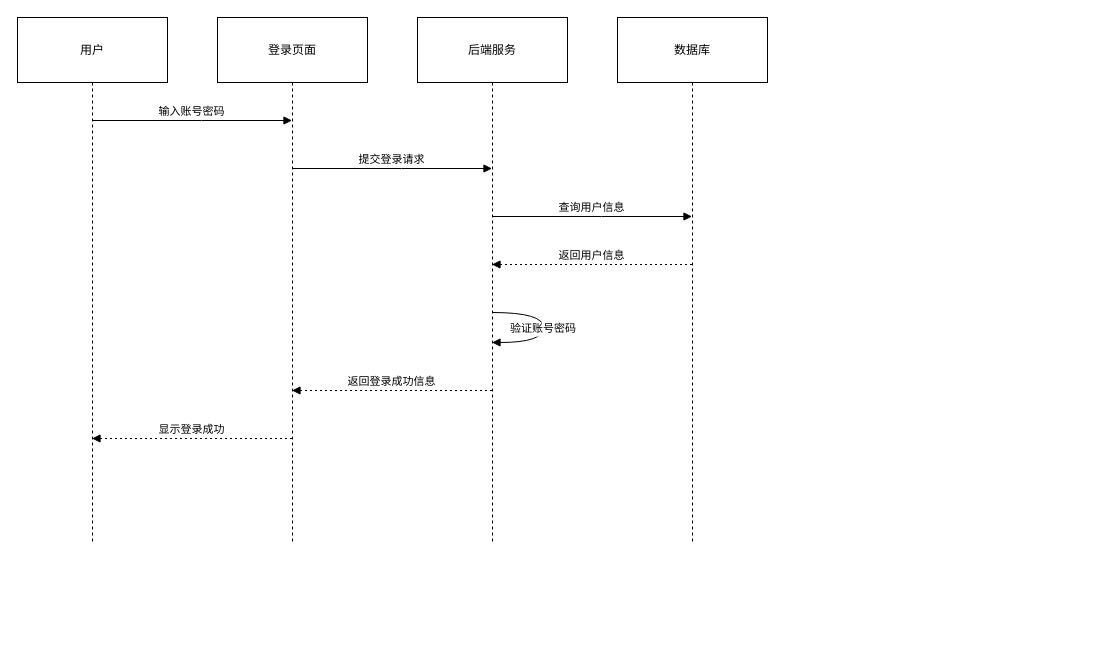
Above: draw.io/时序图:用户登录系统.drawio in lijc210/app_storage (draw.io), before the change. Source tidied: cells renumbered, new cells numbered last; positions are measured from the earlier drawing's top-left corner, leaving out a move shared by most shapes. Both pictures are drawn from the tidied source at 100%, with x=0, y=0 at pixel (17, 17).
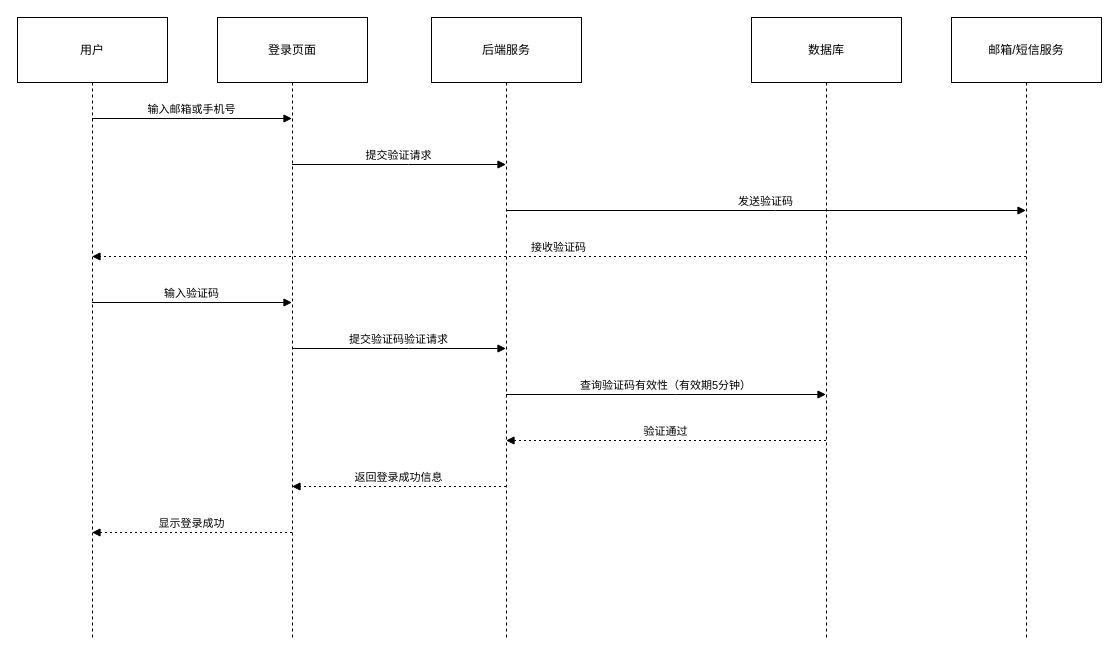
The same page after the edit.

Commit message:
更新时序图:用户登录系统.drawio

Change to the diagram source:
```diff
@@
     <mxCell id="2" value="用户" style="shape=umlLifeline;perimeter=lifelinePerimeter;whiteSpace=wrap;outlineConnect=0;portConstraint=eastwest;newEdgeStyle={&quot;edgeStyle&quot;:&quot;elbowEdgeStyle&quot;,&quot;elbow&quot;:&quot;vertical&quot;,&quot;curved&quot;:0,&quot;rounded&quot;:0};size=65;" parent="1" vertex="1">
-      <mxGeometry width="150" height="526" as="geometry" />
+      <mxGeometry width="150" height="620" as="geometry" />
     </mxCell>
     <mxCell id="3" value="登录页面" style="shape=umlLifeline;perimeter=lifelinePerimeter;whiteSpace=wrap;outlineConnect=0;portConstraint=eastwest;newEdgeStyle={&quot;edgeStyle&quot;:&quot;elbowEdgeStyle&quot;,&quot;elbow&quot;:&quot;vertical&quot;,&quot;curved&quot;:0,&quot;rounded&quot;:0};size=65;" parent="1" vertex="1">
-      <mxGeometry x="200" width="150" height="526" as="geometry" />
+      <mxGeometry x="200" width="150" height="620" as="geometry" />
     </mxCell>
     <mxCell id="4" value="后端服务" style="shape=umlLifeline;perimeter=lifelinePerimeter;whiteSpace=wrap;outlineConnect=0;portConstraint=eastwest;newEdgeStyle={&quot;edgeStyle&quot;:&quot;elbowEdgeStyle&quot;,&quot;elbow&quot;:&quot;vertical&quot;,&quot;curved&quot;:0,&quot;rounded&quot;:0};size=65;" parent="1" vertex="1">
-      <mxGeometry x="400" width="150" height="526" as="geometry" />
+      <mxGeometry x="414" width="150" height="620" as="geometry" />
     </mxCell>
     <mxCell id="5" value="数据库" style="shape=umlLifeline;perimeter=lifelinePerimeter;whiteSpace=wrap;outlineConnect=0;portConstraint=eastwest;newEdgeStyle={&quot;edgeStyle&quot;:&quot;elbowEdgeStyle&quot;,&quot;elbow&quot;:&quot;vertical&quot;,&quot;curved&quot;:0,&quot;rounded&quot;:0};size=65;" parent="1" vertex="1">
-      <mxGeometry x="600" width="150" height="526" as="geometry" />
+      <mxGeometry x="734" width="150" height="620" as="geometry" />
     </mxCell>
-    <mxCell id="6" value="输入账号密码" style="verticalAlign=bottom;edgeStyle=elbowEdgeStyle;elbow=vertical;curved=0;rounded=0;endArrow=block;" parent="1" edge="1" source="2" target="3">
-      <mxGeometry relative="1" as="geometry">
-        <Array as="points">
-          <mxPoint x="184" y="103" />
-        </Array>
-      </mxGeometry>
-    </mxCell>
-    <mxCell id="7" value="提交登录请求" style="verticalAlign=bottom;edgeStyle=elbowEdgeStyle;elbow=vertical;curved=0;rounded=0;endArrow=block;" parent="1" edge="1" source="3" target="4">
-      <mxGeometry relative="1" as="geometry">
-        <Array as="points">
-          <mxPoint x="384" y="151" />
-        </Array>
-      </mxGeometry>
-    </mxCell>
+    <mxCell id="13" value="邮箱/短信服务" style="shape=umlLifeline;perimeter=lifelinePerimeter;whiteSpace=wrap;outlineConnect=0;portConstraint=eastwest;newEdgeStyle={&quot;edgeStyle&quot;:&quot;elbowEdgeStyle&quot;,&quot;elbow&quot;:&quot;vertical&quot;,&quot;curved&quot;:0,&quot;rounded&quot;:0};size=65;" parent="1" vertex="1">
+      <mxGeometry x="934" width="150" height="620" as="geometry" />
+    </mxCell>
+    <mxCell id="14" value="输入邮箱或手机号" style="verticalAlign=bottom;edgeStyle=elbowEdgeStyle;elbow=vertical;curved=0;rounded=0;endArrow=block;" parent="1" edge="1" source="2" target="3">
+      <mxGeometry relative="1" as="geometry">
+        <Array as="points">
+          <mxPoint x="184" y="101" />
+        </Array>
+      </mxGeometry>
+    </mxCell>
+    <mxCell id="15" value="提交验证请求" style="verticalAlign=bottom;edgeStyle=elbowEdgeStyle;elbow=vertical;curved=0;rounded=0;endArrow=block;" parent="1" edge="1" source="3" target="4">
+      <mxGeometry relative="1" as="geometry">
+        <Array as="points">
+          <mxPoint x="391" y="147" />
+        </Array>
+      </mxGeometry>
+    </mxCell>
+    <mxCell id="16" value="发送验证码" style="verticalAlign=bottom;edgeStyle=elbowEdgeStyle;elbow=vertical;curved=0;rounded=0;endArrow=block;" parent="1" edge="1" source="4" target="13">
+      <mxGeometry relative="1" as="geometry">
+        <Array as="points">
+          <mxPoint x="758" y="193" />
+        </Array>
+      </mxGeometry>
+    </mxCell>
+    <mxCell id="17" value="接收验证码" style="verticalAlign=bottom;edgeStyle=elbowEdgeStyle;elbow=vertical;curved=0;rounded=0;dashed=1;dashPattern=2 3;endArrow=block;" parent="1" edge="1" source="13" target="2">
+      <mxGeometry relative="1" as="geometry">
+        <Array as="points">
+          <mxPoint x="554" y="239" />
+        </Array>
+      </mxGeometry>
+    </mxCell>
+    <mxCell id="18" value="输入验证码" style="verticalAlign=bottom;edgeStyle=elbowEdgeStyle;elbow=vertical;curved=0;rounded=0;endArrow=block;" parent="1" edge="1" source="2" target="3">
+      <mxGeometry relative="1" as="geometry">
+        <Array as="points">
+          <mxPoint x="184" y="285" />
+        </Array>
+      </mxGeometry>
+    </mxCell>
+    <mxCell id="19" value="提交验证码验证请求" style="verticalAlign=bottom;edgeStyle=elbowEdgeStyle;elbow=vertical;curved=0;rounded=0;endArrow=block;" parent="1" edge="1" source="3" target="4">
+      <mxGeometry relative="1" as="geometry">
+        <Array as="points">
+          <mxPoint x="391" y="331" />
+        </Array>
+      </mxGeometry>
+    </mxCell>
-    <mxCell id="8" value="查询用户信息" style="verticalAlign=bottom;edgeStyle=elbowEdgeStyle;elbow=vertical;curved=0;rounded=0;endArrow=block;" parent="1" edge="1" source="4" target="5">
+    <mxCell id="8" value="查询验证码有效性（有效期5分钟）" style="verticalAlign=bottom;edgeStyle=elbowEdgeStyle;elbow=vertical;curved=0;rounded=0;endArrow=block;" parent="1" edge="1" source="4" target="5">
       <mxGeometry relative="1" as="geometry">
         <Array as="points">
-          <mxPoint x="584" y="199" />
+          <mxPoint x="658" y="377" />
         </Array>
       </mxGeometry>
     </mxCell>
-    <mxCell id="9" value="返回用户信息" style="verticalAlign=bottom;edgeStyle=elbowEdgeStyle;elbow=vertical;curved=0;rounded=0;dashed=1;dashPattern=2 3;endArrow=block;" parent="1" edge="1" source="5" target="4">
+    <mxCell id="9" value="验证通过" style="verticalAlign=bottom;edgeStyle=elbowEdgeStyle;elbow=vertical;curved=0;rounded=0;dashed=1;dashPattern=2 3;endArrow=block;" parent="1" edge="1" source="5" target="4">
       <mxGeometry relative="1" as="geometry">
         <Array as="points">
-          <mxPoint x="587" y="247" />
+          <mxPoint x="661" y="423" />
         </Array>
       </mxGeometry>
     </mxCell>
-    <mxCell id="10" value="验证账号密码" style="curved=1;endArrow=block;rounded=0;" parent="1" edge="1" source="4" target="4">
-      <mxGeometry relative="1" as="geometry">
-        <Array as="points">
-          <mxPoint x="526" y="295" />
-          <mxPoint x="526" y="325" />
-        </Array>
-      </mxGeometry>
-    </mxCell>
     <mxCell id="11" value="返回登录成功信息" style="verticalAlign=bottom;edgeStyle=elbowEdgeStyle;elbow=vertical;curved=0;rounded=0;dashed=1;dashPattern=2 3;endArrow=block;" parent="1" edge="1" source="4" target="3">
       <mxGeometry relative="1" as="geometry">
         <Array as="points">
-          <mxPoint x="387" y="373" />
+          <mxPoint x="394" y="469" />
         </Array>
       </mxGeometry>
     </mxCell>
     <mxCell id="12" value="显示登录成功" style="verticalAlign=bottom;edgeStyle=elbowEdgeStyle;elbow=vertical;curved=0;rounded=0;dashed=1;dashPattern=2 3;endArrow=block;" parent="1" edge="1" source="3" target="2">
       <mxGeometry relative="1" as="geometry">
         <Array as="points">
-          <mxPoint x="187" y="421" />
+          <mxPoint x="187" y="515" />
         </Array>
       </mxGeometry>
     </mxCell>
```
